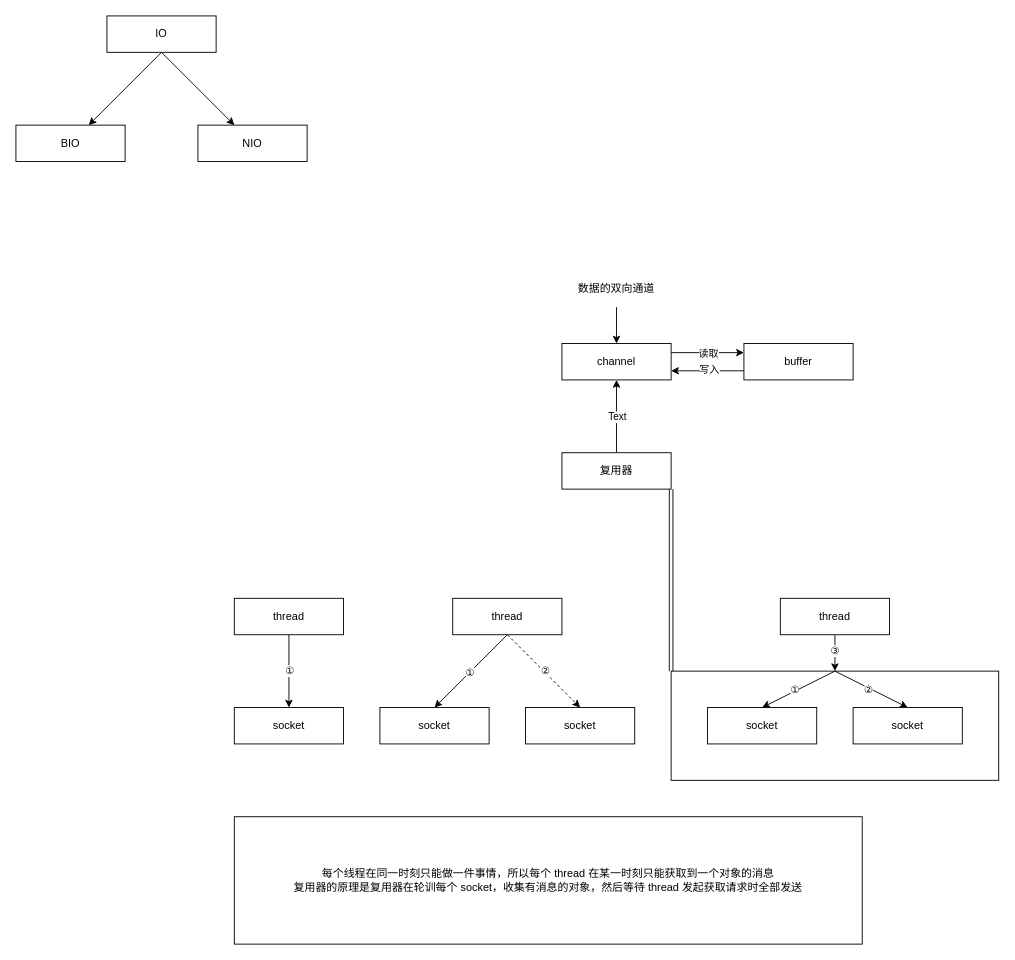
The draw.io diagram page "基础" (1 of 3) of Java/Netty.drawio in wubinglong9716/NoteBook, before the edit. Source tidied: cells renumbered, new cells numbered last; positions are measured from the earlier drawing's top-left corner, leaving out a move shared by most shapes. Both pictures are drawn from the tidied source at 91%, with x=0, y=0 at pixel (15, 15).
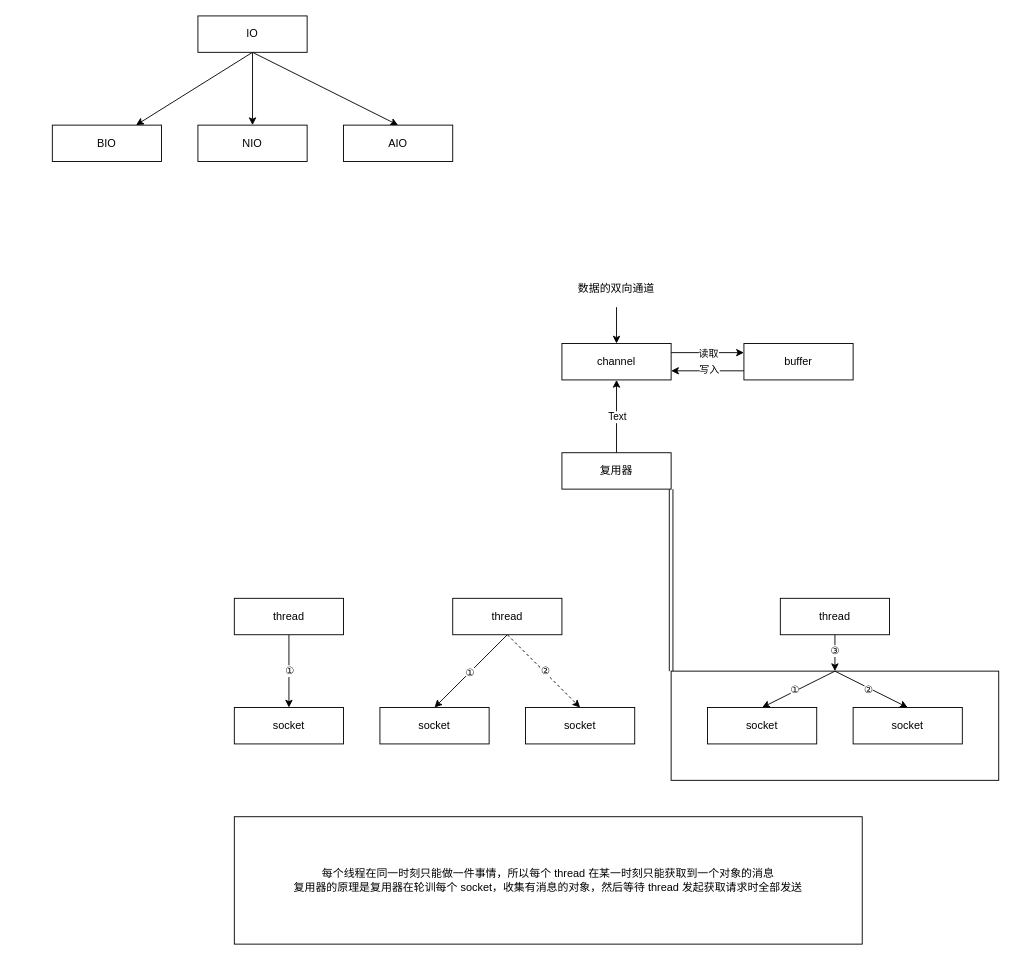
The same page after the edit.

The edit, as a diff of the source:
```diff
@@
+    <mxCell id="41" style="rounded=0;jettySize=auto;html=1;exitX=0.5;exitY=1;exitDx=0;exitDy=0;entryX=0.5;entryY=0;entryDx=0;entryDy=0;" parent="1" edge="1" source="9" target="42">
+      <mxGeometry relative="1" as="geometry" />
+    </mxCell>
     <mxCell id="9" value="IO" style="rounded=0;whiteSpace=wrap;html=1;" parent="1" vertex="1">
-      <mxGeometry x="100" width="120" height="40" as="geometry" />
+      <mxGeometry x="200" width="120" height="40" as="geometry" />
     </mxCell>
     <mxCell id="10" value="BIO" style="rounded=0;whiteSpace=wrap;html=1;" parent="1" vertex="1">
-      <mxGeometry y="120" width="120" height="40" as="geometry" />
+      <mxGeometry x="40" y="120" width="120" height="40" as="geometry" />
     </mxCell>
@@
+    <mxCell id="42" value="AIO" style="rounded=0;whiteSpace=wrap;html=1;" parent="1" vertex="1">
+      <mxGeometry x="360" y="120" width="120" height="40" as="geometry" />
+    </mxCell>
```
